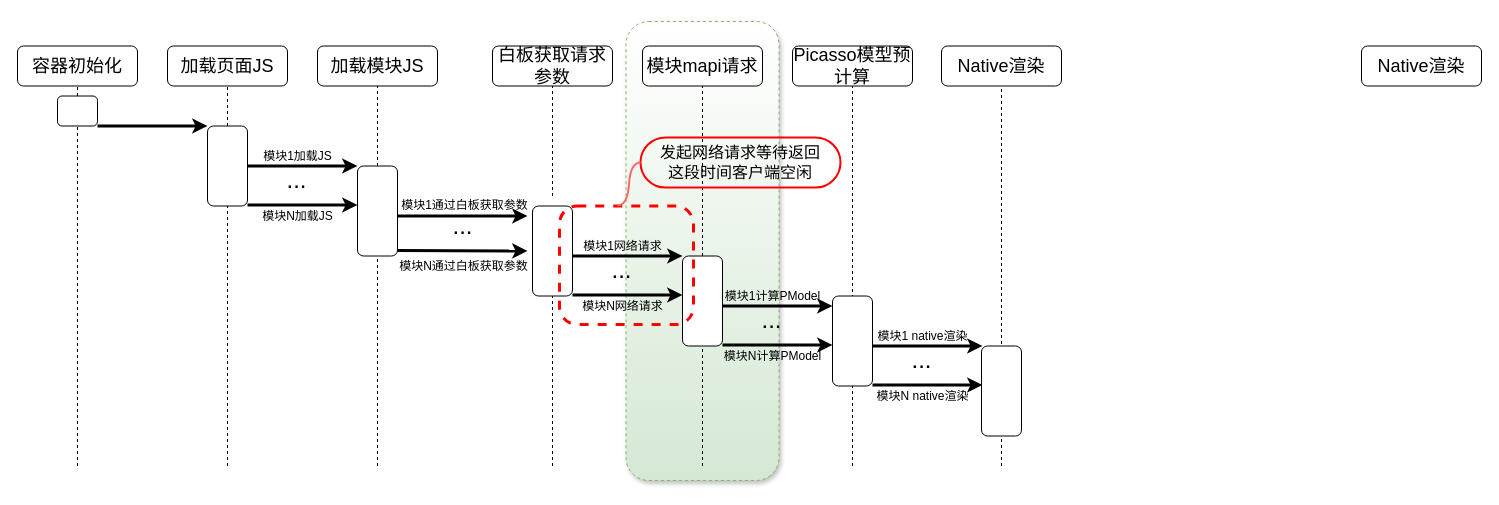
This is page "Page-17" (8 of 18) of 频道首页执行流程.drawio from hpk1994/shophome, a draw.io file, before an edit. Source tidied: cells renumbered, new cells numbered last; positions are measured from the earlier drawing's top-left corner, leaving out a move shared by most shapes. Both pictures are drawn from the tidied source at 100%, with x=0, y=0 at pixel (17, 21).
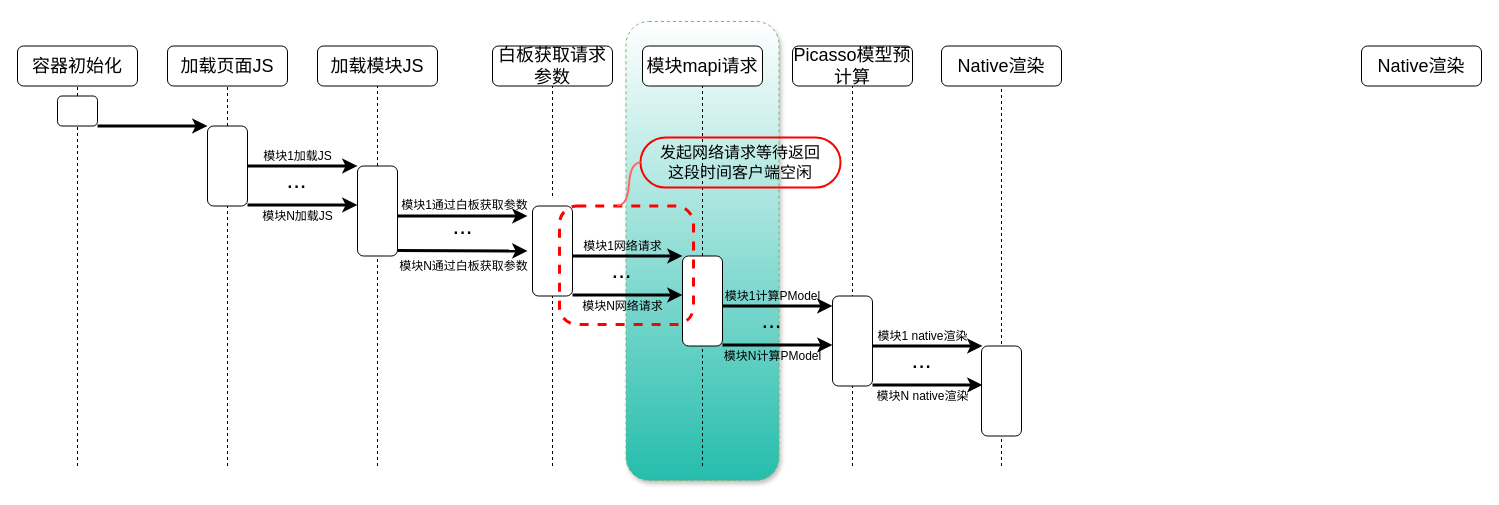
The same page after the edit.

Change to the diagram source:
```diff
@@
-    <mxCell id="2" style="rounded=1;whiteSpace=wrap;html=1;shadow=1;dashed=1;strokeColor=#82b366;fontSize=16;fillColor=#d5e8d4;gradientDirection=north;gradientColor=#ffffff;" parent="1" vertex="1">
+    <mxCell id="2" style="rounded=1;whiteSpace=wrap;html=1;shadow=1;dashed=1;strokeColor=#82b366;fontSize=16;fillColor=#25BDAD;gradientDirection=north;gradientColor=#ffffff;" parent="1" vertex="1">
       <mxGeometry x="608.5" width="153" height="459" as="geometry" />
     </mxCell>
```
